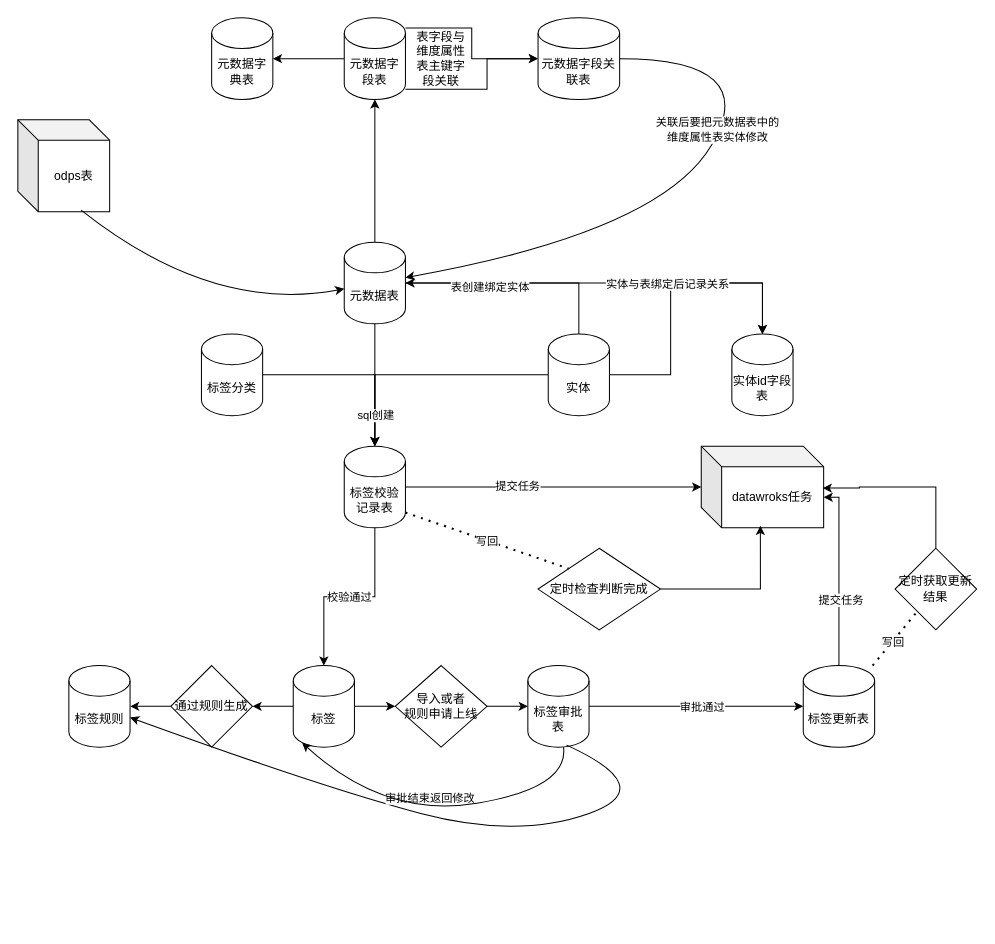
This is 标签整体流程图.drawio from 1418956397/JavaWeb-Project-Source-Share, a draw.io file, before an edit. Source tidied: cells renumbered, new cells numbered last; positions are measured from the earlier drawing's top-left corner, leaving out a move shared by most shapes. Both pictures are drawn from the tidied source at 102%, with x=0, y=0 at pixel (17, 17).
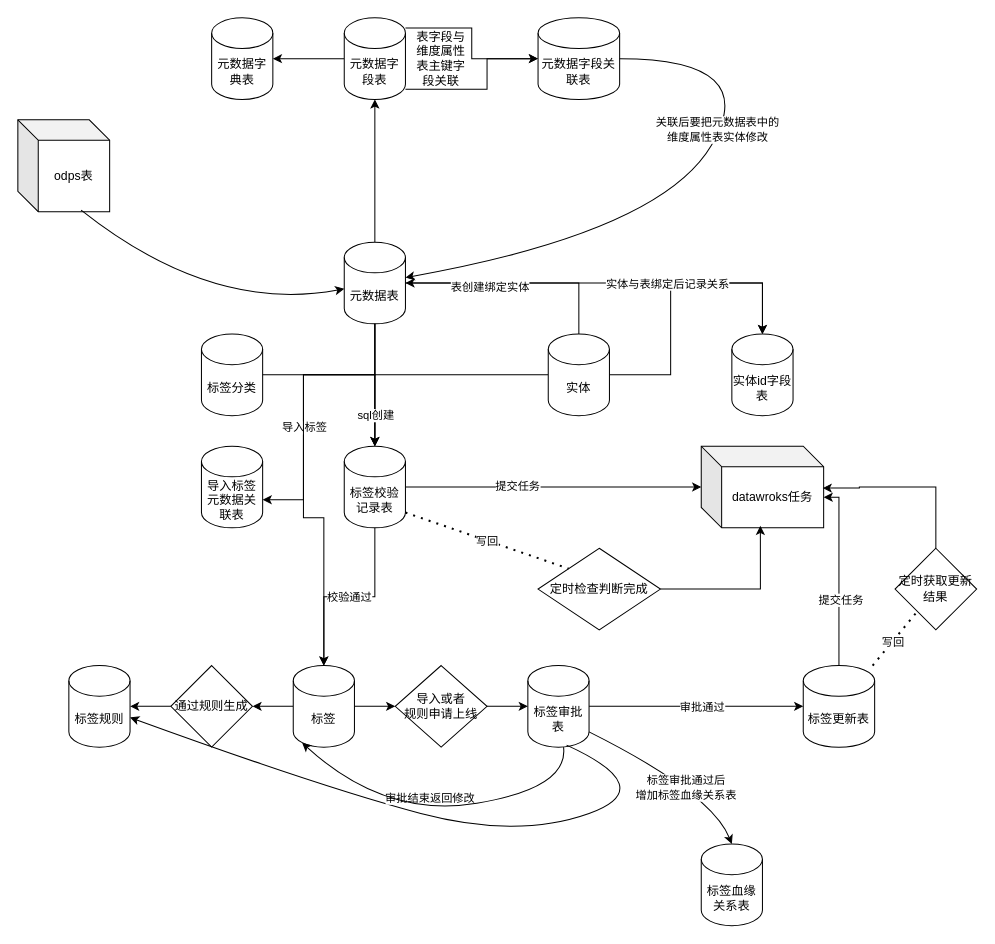
The same page after the edit.

Commit message:
更新标签整体流程图.drawio

Unchanged cells that the change refers to:
```xml
<mxCell id="12" value="元数据表" style="shape=cylinder3;whiteSpace=wrap;html=1;boundedLbl=1;backgroundOutline=1;size=15;" parent="1" vertex="1">
  <mxGeometry x="320" y="220" width="60" height="80" as="geometry" />
</mxCell>
<mxCell id="20" value="标签" style="shape=cylinder3;whiteSpace=wrap;html=1;boundedLbl=1;backgroundOutline=1;size=15;" parent="1" vertex="1">
  <mxGeometry x="270" y="635" width="60" height="80" as="geometry" />
</mxCell>
<mxCell id="24" value="标签审批表" style="shape=cylinder3;whiteSpace=wrap;html=1;boundedLbl=1;backgroundOutline=1;size=15;" parent="1" vertex="1">
  <mxGeometry x="500" y="635" width="60" height="80" as="geometry" />
</mxCell>
<mxCell id="30" value="标签分类" style="shape=cylinder3;whiteSpace=wrap;html=1;boundedLbl=1;backgroundOutline=1;size=15;" parent="1" vertex="1">
  <mxGeometry x="180" y="310" width="60" height="80" as="geometry" />
</mxCell>
<mxCell id="37" value="标签校验记录表" style="shape=cylinder3;whiteSpace=wrap;html=1;boundedLbl=1;backgroundOutline=1;size=15;" parent="1" vertex="1">
  <mxGeometry x="320" y="420" width="60" height="80" as="geometry" />
</mxCell>
```

Diff of the diagram source:
```diff
@@
     <mxCell id="38" style="edgeStyle=orthogonalEdgeStyle;rounded=0;jettySize=auto;html=1;entryX=0.5;entryY=0;entryDx=0;entryDy=0;entryPerimeter=0;" parent="1" edge="1" source="30" target="37">
-      <mxGeometry relative="1" as="geometry" />
+      <mxGeometry relative="1" as="geometry">
+        <Array as="points">
+          <mxPoint x="350" y="350" />
+        </Array>
+      </mxGeometry>
     </mxCell>
@@
+    <mxCell id="56" value="标签血缘关系表" style="shape=cylinder3;whiteSpace=wrap;html=1;boundedLbl=1;backgroundOutline=1;size=15;" parent="1" vertex="1">
+      <mxGeometry x="670" y="810" width="60" height="80" as="geometry" />
+    </mxCell>
+    <mxCell id="57" style="curved=1;endArrow=classic;html=1;rounded=0;exitX=1;exitY=1;exitDx=0;exitDy=-15;exitPerimeter=0;entryX=0.5;entryY=0;entryDx=0;entryDy=0;entryPerimeter=0;" parent="1" edge="1" source="24" target="56">
+      <mxGeometry relative="1" as="geometry">
+        <Array as="points">
+          <mxPoint x="680" y="760" />
+        </Array>
+      </mxGeometry>
+    </mxCell>
+    <mxCell id="58" value="标签审批通过后&lt;div&gt;增加标签血缘关系表&lt;/div&gt;" style="edgeLabel;html=1;align=center;verticalAlign=middle;" parent="57" vertex="1">
+      <mxGeometry x="0.15" y="-7" relative="1" as="geometry">
+        <mxPoint x="1" as="offset" />
+      </mxGeometry>
+    </mxCell>
+    <mxCell id="59" value="导入标签元数据关联表" style="shape=cylinder3;whiteSpace=wrap;html=1;boundedLbl=1;backgroundOutline=1;size=15;" parent="1" vertex="1">
+      <mxGeometry x="180" y="420" width="60" height="80" as="geometry" />
+    </mxCell>
+    <mxCell id="60" style="edgeStyle=orthogonalEdgeStyle;rounded=0;jettySize=auto;html=1;entryX=1;entryY=0;entryDx=0;entryDy=52.5;entryPerimeter=0;" parent="1" edge="1" source="12" target="59">
+      <mxGeometry relative="1" as="geometry">
+        <Array as="points">
+          <mxPoint x="350" y="350" />
+          <mxPoint x="280" y="350" />
+          <mxPoint x="280" y="473" />
+        </Array>
+      </mxGeometry>
+    </mxCell>
+    <mxCell id="61" value="导入标签" style="edgeLabel;html=1;align=center;verticalAlign=middle;" parent="60" vertex="1">
+      <mxGeometry x="0.21" relative="1" as="geometry" />
+    </mxCell>
+    <mxCell id="62" style="edgeStyle=orthogonalEdgeStyle;rounded=0;jettySize=auto;html=1;entryX=0.5;entryY=0;entryDx=0;entryDy=0;entryPerimeter=0;" parent="1" edge="1" source="12" target="20">
+      <mxGeometry relative="1" as="geometry">
+        <Array as="points">
+          <mxPoint x="350" y="350" />
+          <mxPoint x="280" y="350" />
+          <mxPoint x="280" y="490" />
+          <mxPoint x="300" y="490" />
+        </Array>
+      </mxGeometry>
+    </mxCell>
```
